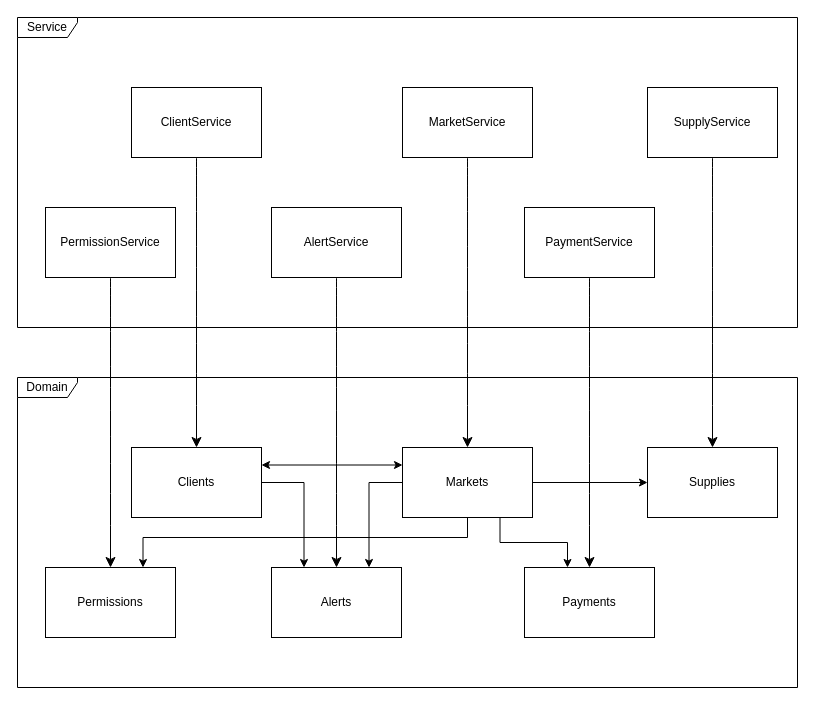
Before: docs/ArchitectureDiagram.drawio in noamalu/Ecommerce-System, a draw.io diagram. Source tidied: cells renumbered, new cells numbered last; positions are measured from the earlier drawing's top-left corner, leaving out a move shared by most shapes. Both pictures are drawn from the tidied source at 100%, with x=0, y=0 at pixel (17, 17).
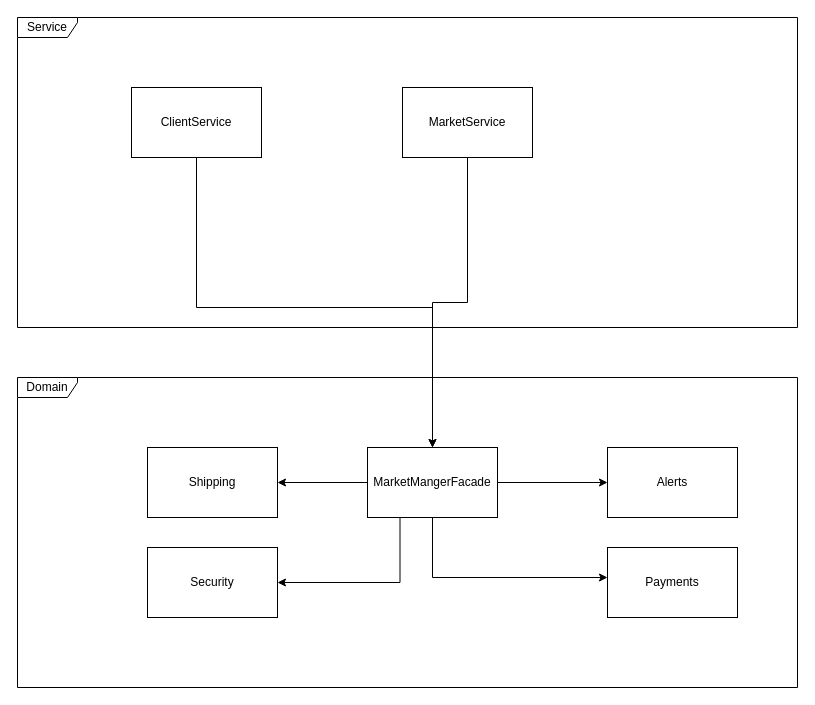
After the change.

Commit message (it also covers changes not shown here):
finishing UML diagrams

Unchanged cells that the change refers to:
```xml
<mxCell id="4" value="ClientService" style="html=1;whiteSpace=wrap;" parent="1" vertex="1">
  <mxGeometry x="114" y="70" width="130" height="70" as="geometry" />
</mxCell>
<mxCell id="7" value="MarketService" style="html=1;whiteSpace=wrap;" parent="1" vertex="1">
  <mxGeometry x="385" y="70" width="130" height="70" as="geometry" />
</mxCell>
```

What changed in the source:
```diff
@@
-    <mxCell id="3" style="edgeStyle=none;curved=1;rounded=0;jettySize=auto;html=1;fontSize=12;startSize=8;endSize=8;" parent="1" edge="1" source="4" target="16">
-      <mxGeometry relative="1" as="geometry" />
-    </mxCell>
+    <mxCell id="29" style="edgeStyle=orthogonalEdgeStyle;rounded=0;jettySize=auto;html=1;entryX=0.5;entryY=0;entryDx=0;entryDy=0;" parent="1" edge="1" source="4" target="35">
+      <mxGeometry relative="1" as="geometry">
+        <Array as="points">
+          <mxPoint x="179" y="290" />
+          <mxPoint x="415" y="290" />
+        </Array>
+      </mxGeometry>
+    </mxCell>
@@
-    <mxCell id="6" style="edgeStyle=none;curved=1;rounded=0;jettySize=auto;html=1;fontSize=12;startSize=8;endSize=8;" parent="1" edge="1" source="7" target="20">
-      <mxGeometry relative="1" as="geometry" />
-    </mxCell>
+    <mxCell id="30" style="edgeStyle=orthogonalEdgeStyle;rounded=0;jettySize=auto;html=1;" parent="1" edge="1" source="7" target="35">
+      <mxGeometry relative="1" as="geometry" />
+    </mxCell>
@@
-    <mxCell id="8" style="edgeStyle=none;curved=1;rounded=0;jettySize=auto;html=1;entryX=0.5;entryY=0;entryDx=0;entryDy=0;fontSize=12;startSize=8;endSize=8;" parent="1" edge="1" source="9" target="22">
-      <mxGeometry relative="1" as="geometry" />
-    </mxCell>
-    <mxCell id="9" value="PaymentService" style="html=1;whiteSpace=wrap;" parent="1" vertex="1">
-      <mxGeometry x="507" y="190" width="130" height="70" as="geometry" />
-    </mxCell>
-    <mxCell id="10" style="edgeStyle=none;curved=1;rounded=0;jettySize=auto;html=1;entryX=0.5;entryY=0;entryDx=0;entryDy=0;fontSize=12;startSize=8;endSize=8;" parent="1" edge="1" source="11" target="24">
-      <mxGeometry relative="1" as="geometry" />
-    </mxCell>
-    <mxCell id="11" value="SupplyService" style="html=1;whiteSpace=wrap;" parent="1" vertex="1">
-      <mxGeometry x="630" y="70" width="130" height="70" as="geometry" />
-    </mxCell>
-    <mxCell id="12" style="edgeStyle=none;curved=1;rounded=0;jettySize=auto;html=1;fontSize=12;startSize=8;endSize=8;" parent="1" edge="1" source="13" target="25">
-      <mxGeometry relative="1" as="geometry" />
-    </mxCell>
-    <mxCell id="13" value="AlertService" style="html=1;whiteSpace=wrap;" parent="1" vertex="1">
-      <mxGeometry x="254" y="190" width="130" height="70" as="geometry" />
-    </mxCell>
@@
-    <mxCell id="15" style="edgeStyle=orthogonalEdgeStyle;rounded=0;jettySize=auto;html=1;entryX=0.25;entryY=0;entryDx=0;entryDy=0;" parent="1" edge="1" source="16" target="25">
-      <mxGeometry relative="1" as="geometry" />
-    </mxCell>
-    <mxCell id="16" value="Clients" style="html=1;whiteSpace=wrap;" parent="1" vertex="1">
-      <mxGeometry x="114" y="430" width="130" height="70" as="geometry" />
-    </mxCell>
-    <mxCell id="17" style="edgeStyle=orthogonalEdgeStyle;rounded=0;jettySize=auto;html=1;entryX=0.75;entryY=0;entryDx=0;entryDy=0;" parent="1" edge="1" source="20" target="25">
-      <mxGeometry relative="1" as="geometry" />
-    </mxCell>
-    <mxCell id="18" style="edgeStyle=orthogonalEdgeStyle;rounded=0;jettySize=auto;html=1;entryX=0.75;entryY=0;entryDx=0;entryDy=0;" parent="1" edge="1" source="20" target="28">
-      <mxGeometry relative="1" as="geometry">
-        <Array as="points">
-          <mxPoint x="450" y="520" />
-          <mxPoint x="126" y="520" />
-        </Array>
-      </mxGeometry>
-    </mxCell>
-    <mxCell id="19" style="edgeStyle=orthogonalEdgeStyle;rounded=0;jettySize=auto;html=1;exitX=0;exitY=0.25;exitDx=0;exitDy=0;entryX=1;entryY=0.25;entryDx=0;entryDy=0;startArrow=classic;startFill=1;" parent="1" edge="1" source="20" target="16">
-      <mxGeometry relative="1" as="geometry" />
-    </mxCell>
-    <mxCell id="20" value="Markets" style="html=1;whiteSpace=wrap;" parent="1" vertex="1">
-      <mxGeometry x="385" y="430" width="130" height="70" as="geometry" />
-    </mxCell>
-    <mxCell id="21" style="edgeStyle=orthogonalEdgeStyle;rounded=0;jettySize=auto;html=1;entryX=0.75;entryY=1;entryDx=0;entryDy=0;endArrow=none;endFill=0;startArrow=classic;startFill=1;" parent="1" edge="1" source="22" target="20">
-      <mxGeometry relative="1" as="geometry">
-        <Array as="points">
-          <mxPoint x="550" y="525" />
-          <mxPoint x="483" y="525" />
-        </Array>
-      </mxGeometry>
-    </mxCell>
     <mxCell id="22" value="Payments" style="html=1;whiteSpace=wrap;" parent="1" vertex="1">
-      <mxGeometry x="507" y="550" width="130" height="70" as="geometry" />
+      <mxGeometry x="590" y="530" width="130" height="70" as="geometry" />
     </mxCell>
-    <mxCell id="23" style="edgeStyle=orthogonalEdgeStyle;rounded=0;jettySize=auto;html=1;entryX=1;entryY=0.5;entryDx=0;entryDy=0;startArrow=classic;startFill=1;endArrow=none;endFill=0;" parent="1" edge="1" source="24" target="20">
-      <mxGeometry relative="1" as="geometry" />
-    </mxCell>
-    <mxCell id="24" value="Supplies" style="html=1;whiteSpace=wrap;" parent="1" vertex="1">
-      <mxGeometry x="630" y="430" width="130" height="70" as="geometry" />
-    </mxCell>
     <mxCell id="25" value="Alerts" style="html=1;whiteSpace=wrap;" parent="1" vertex="1">
-      <mxGeometry x="254" y="550" width="130" height="70" as="geometry" />
+      <mxGeometry x="590" y="430" width="130" height="70" as="geometry" />
     </mxCell>
-    <mxCell id="26" style="edgeStyle=none;curved=1;rounded=0;jettySize=auto;html=1;fontSize=12;startSize=8;endSize=8;" parent="1" edge="1" source="27" target="28">
-      <mxGeometry relative="1" as="geometry" />
-    </mxCell>
-    <mxCell id="27" value="&lt;div&gt;Permission&lt;span style=&quot;background-color: initial;&quot;&gt;Service&lt;/span&gt;&lt;/div&gt;" style="html=1;whiteSpace=wrap;" parent="1" vertex="1">
-      <mxGeometry x="28" y="190" width="130" height="70" as="geometry" />
-    </mxCell>
-    <mxCell id="28" value="&lt;div&gt;Permissions&lt;/div&gt;" style="html=1;whiteSpace=wrap;" parent="1" vertex="1">
-      <mxGeometry x="28" y="550" width="130" height="70" as="geometry" />
-    </mxCell>
+    <mxCell id="31" style="edgeStyle=orthogonalEdgeStyle;rounded=0;jettySize=auto;html=1;" parent="1" edge="1" source="35" target="25">
+      <mxGeometry relative="1" as="geometry" />
+    </mxCell>
+    <mxCell id="32" style="edgeStyle=orthogonalEdgeStyle;rounded=0;jettySize=auto;html=1;" parent="1" edge="1" source="35" target="22">
+      <mxGeometry relative="1" as="geometry">
+        <Array as="points">
+          <mxPoint x="415" y="560" />
+        </Array>
+      </mxGeometry>
+    </mxCell>
+    <mxCell id="33" style="edgeStyle=orthogonalEdgeStyle;rounded=0;jettySize=auto;html=1;" parent="1" edge="1" source="35" target="36">
+      <mxGeometry relative="1" as="geometry" />
+    </mxCell>
+    <mxCell id="34" style="edgeStyle=orthogonalEdgeStyle;rounded=0;jettySize=auto;html=1;exitX=0.25;exitY=1;exitDx=0;exitDy=0;entryX=1;entryY=0.5;entryDx=0;entryDy=0;" parent="1" edge="1" source="35" target="37">
+      <mxGeometry relative="1" as="geometry" />
+    </mxCell>
+    <mxCell id="35" value="MarketMangerFacade" style="html=1;whiteSpace=wrap;" parent="1" vertex="1">
+      <mxGeometry x="350" y="430" width="130" height="70" as="geometry" />
+    </mxCell>
+    <mxCell id="36" value="Shipping" style="html=1;whiteSpace=wrap;" parent="1" vertex="1">
+      <mxGeometry x="130" y="430" width="130" height="70" as="geometry" />
+    </mxCell>
+    <mxCell id="37" value="Security" style="html=1;whiteSpace=wrap;" parent="1" vertex="1">
+      <mxGeometry x="130" y="530" width="130" height="70" as="geometry" />
+    </mxCell>
```
